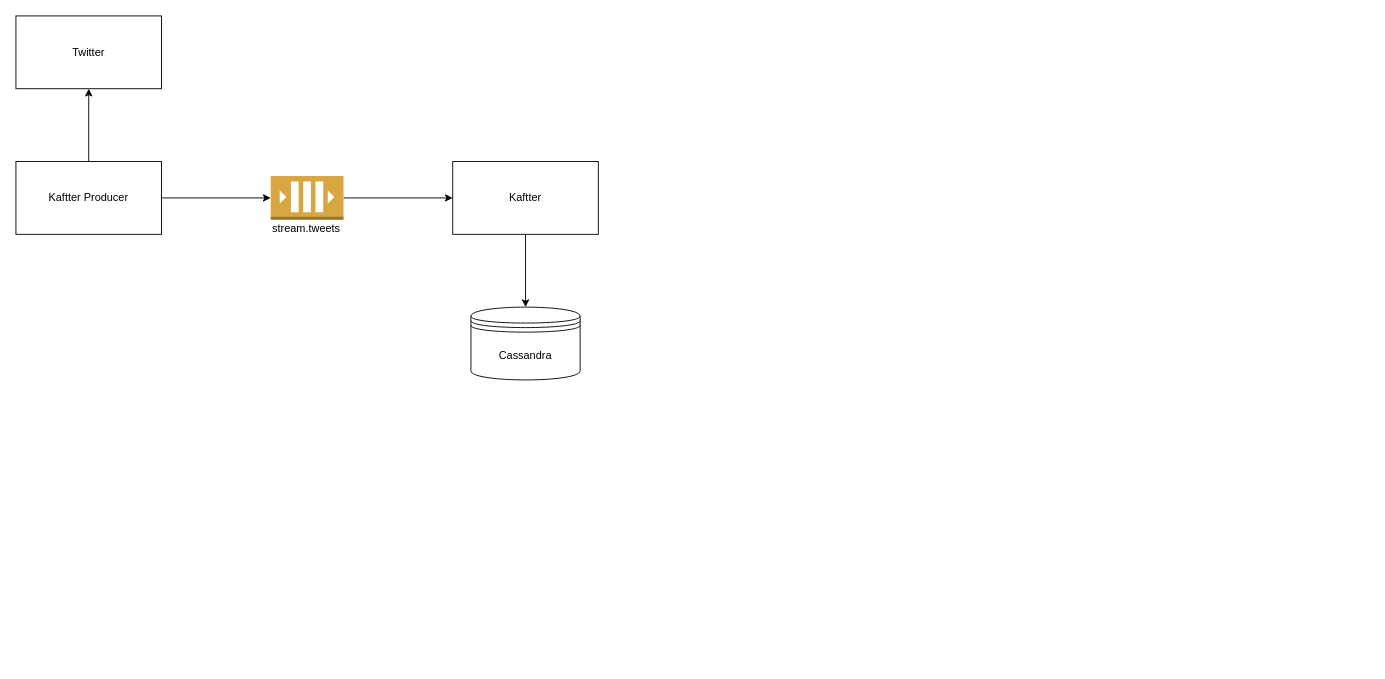
The draw.io diagram docs/kaftter.drawio in 3ldr0n/kaftter, before the edit. Source tidied: cells renumbered, new cells numbered last; positions are measured from the earlier drawing's top-left corner, leaving out a move shared by most shapes. Both pictures are drawn from the tidied source at 91%, with x=0, y=0 at pixel (15, 15).
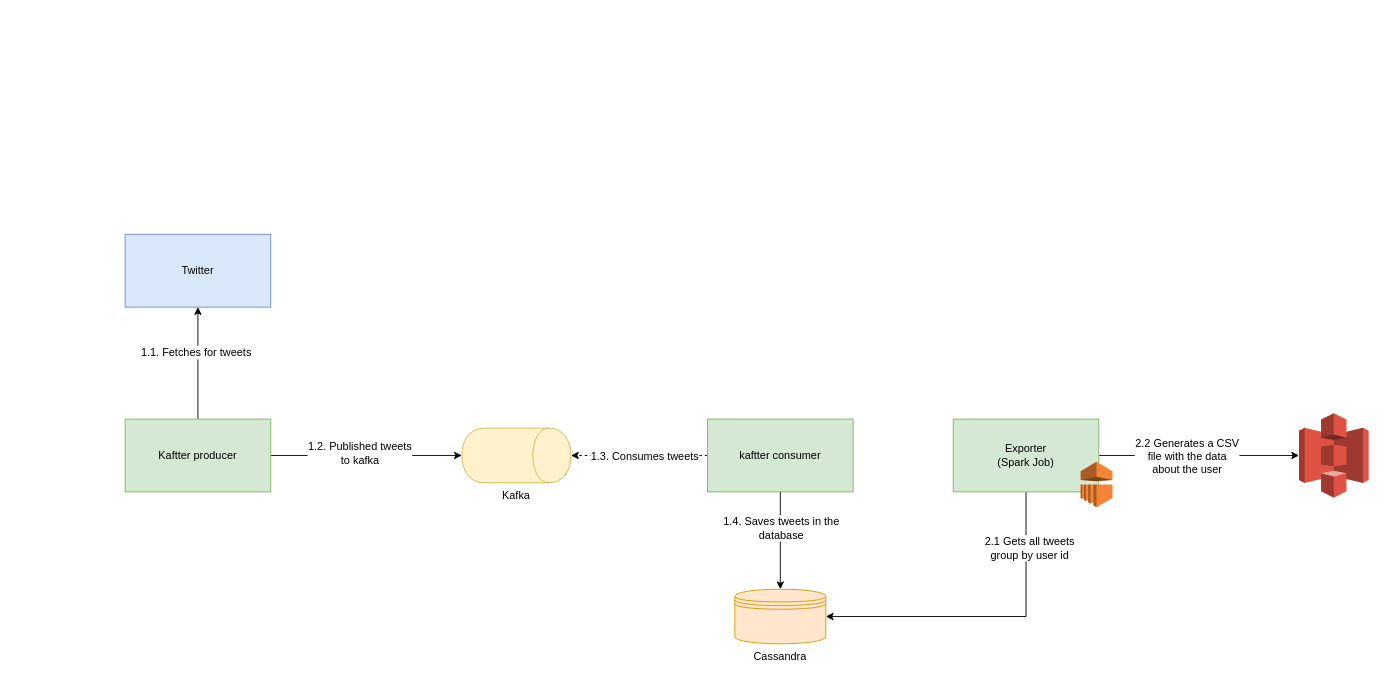
Above is the later version.

Commit message (it also covers changes not shown here):
#15 Update architecture diagram

Diff of the diagram source:
```diff
@@
-    <mxCell id="2" style="edgeStyle=orthogonalEdgeStyle;rounded=0;jettySize=auto;html=1;entryX=0;entryY=0.5;entryDx=0;entryDy=0;entryPerimeter=0;" parent="1" edge="1" source="4" target="8">
-      <mxGeometry relative="1" as="geometry" />
-    </mxCell>
-    <mxCell id="3" style="edgeStyle=orthogonalEdgeStyle;rounded=0;jettySize=auto;html=1;entryX=0.5;entryY=1;entryDx=0;entryDy=0;" parent="1" edge="1" source="4" target="11">
-      <mxGeometry relative="1" as="geometry" />
-    </mxCell>
-    <mxCell id="4" value="Kaftter Producer" style="rounded=0;whiteSpace=wrap;html=1;" parent="1" vertex="1">
-      <mxGeometry y="160" width="160" height="80" as="geometry" />
-    </mxCell>
-    <mxCell id="5" style="edgeStyle=orthogonalEdgeStyle;rounded=0;jettySize=auto;html=1;entryX=0.5;entryY=0;entryDx=0;entryDy=0;" parent="1" edge="1" source="6" target="9">
-      <mxGeometry relative="1" as="geometry" />
-    </mxCell>
-    <mxCell id="6" value="Kaftter" style="rounded=0;whiteSpace=wrap;html=1;" parent="1" vertex="1">
-      <mxGeometry x="480" y="160" width="160" height="80" as="geometry" />
-    </mxCell>
-    <mxCell id="7" style="edgeStyle=orthogonalEdgeStyle;rounded=0;jettySize=auto;html=1;entryX=0;entryY=0.5;entryDx=0;entryDy=0;" parent="1" edge="1" source="8" target="6">
-      <mxGeometry relative="1" as="geometry" />
-    </mxCell>
-    <mxCell id="8" style="outlineConnect=0;dashed=0;verticalLabelPosition=bottom;verticalAlign=top;align=center;html=1;shape=mxgraph.aws3.queue;fillColor=#D9A741;gradientColor=none;" parent="1" vertex="1">
-      <mxGeometry x="280" y="176" width="80" height="48" as="geometry" />
-    </mxCell>
+    <mxCell id="12" style="edgeStyle=orthogonalEdgeStyle;rounded=0;jettySize=auto;html=1;" parent="1" edge="1" source="16" target="27">
+      <mxGeometry relative="1" as="geometry" />
+    </mxCell>
+    <mxCell id="13" value="1.2. Published tweets&lt;br&gt;to kafka" style="text;html=1;align=center;verticalAlign=middle;labelBackgroundColor=#ffffff;" parent="12" vertex="1">
+      <mxGeometry x="-0.08" y="3" relative="1" as="geometry" />
+    </mxCell>
+    <mxCell id="14" style="edgeStyle=orthogonalEdgeStyle;rounded=0;jettySize=auto;html=1;entryX=0.5;entryY=1;entryDx=0;entryDy=0;" parent="1" edge="1" source="16" target="11">
+      <mxGeometry relative="1" as="geometry" />
+    </mxCell>
+    <mxCell id="15" value="1.1. Fetches for tweets" style="text;html=1;align=center;verticalAlign=middle;labelBackgroundColor=#ffffff;" parent="14" vertex="1">
+      <mxGeometry x="0.21" y="3" relative="1" as="geometry" />
+    </mxCell>
+    <mxCell id="16" value="Kaftter producer" style="rounded=0;whiteSpace=wrap;html=1;fillColor=#d5e8d4;strokeColor=#82b366;" parent="1" vertex="1">
+      <mxGeometry x="120" y="443" width="160" height="80" as="geometry" />
+    </mxCell>
+    <mxCell id="17" style="edgeStyle=orthogonalEdgeStyle;rounded=0;jettySize=auto;html=1;dashed=1;" parent="1" edge="1" source="21" target="27">
+      <mxGeometry relative="1" as="geometry" />
+    </mxCell>
+    <mxCell id="18" value="1.3. Consumes tweets" style="text;html=1;align=center;verticalAlign=middle;labelBackgroundColor=#ffffff;" parent="17" vertex="1">
+      <mxGeometry x="0.16" relative="1" as="geometry">
+        <mxPoint x="17.5" as="offset" />
+      </mxGeometry>
+    </mxCell>
+    <mxCell id="19" style="edgeStyle=orthogonalEdgeStyle;rounded=0;jettySize=auto;html=1;entryX=0.5;entryY=0;entryDx=0;entryDy=0;" parent="1" edge="1" source="21" target="9">
+      <mxGeometry relative="1" as="geometry" />
+    </mxCell>
+    <mxCell id="20" value="1.4. Saves tweets in the&lt;br&gt;database" style="text;html=1;align=center;verticalAlign=middle;labelBackgroundColor=#ffffff;" parent="19" vertex="1">
+      <mxGeometry x="-0.27" relative="1" as="geometry" />
+    </mxCell>
+    <mxCell id="21" value="kaftter consumer" style="rounded=0;whiteSpace=wrap;html=1;fillColor=#d5e8d4;strokeColor=#82b366;" parent="1" vertex="1">
+      <mxGeometry x="760" y="443" width="160" height="80" as="geometry" />
+    </mxCell>
+    <mxCell id="22" style="edgeStyle=orthogonalEdgeStyle;rounded=0;jettySize=auto;html=1;entryX=1;entryY=0.5;entryDx=0;entryDy=0;" parent="1" edge="1" source="26" target="9">
+      <mxGeometry relative="1" as="geometry">
+        <Array as="points">
+          <mxPoint x="1110" y="660" />
+        </Array>
+      </mxGeometry>
+    </mxCell>
+    <mxCell id="23" value="2.1 Gets all tweets&lt;br&gt;group by user id" style="text;html=1;align=center;verticalAlign=middle;labelBackgroundColor=#ffffff;" parent="22" vertex="1">
+      <mxGeometry x="-0.66" y="3" relative="1" as="geometry" />
+    </mxCell>
+    <mxCell id="24" style="edgeStyle=orthogonalEdgeStyle;rounded=0;jettySize=auto;html=1;" parent="1" edge="1" source="26" target="28">
+      <mxGeometry relative="1" as="geometry" />
+    </mxCell>
+    <mxCell id="25" value="2.2 Generates a CSV&lt;br&gt;file with the data&lt;br&gt;about the user" style="text;html=1;align=center;verticalAlign=middle;labelBackgroundColor=#ffffff;" parent="24" vertex="1">
+      <mxGeometry x="-0.13" relative="1" as="geometry" />
+    </mxCell>
+    <mxCell id="26" value="Exporter&lt;br&gt;(Spark Job)" style="rounded=0;whiteSpace=wrap;html=1;fillColor=#d5e8d4;strokeColor=#82b366;" parent="1" vertex="1">
+      <mxGeometry x="1030" y="443" width="160" height="80" as="geometry" />
+    </mxCell>
+    <mxCell id="27" value="Kafka" style="shape=cylinder;whiteSpace=wrap;html=1;boundedLbl=1;backgroundOutline=1;direction=south;labelPosition=center;verticalLabelPosition=bottom;align=center;verticalAlign=top;fillColor=#fff2cc;strokeColor=#d6b656;" parent="1" vertex="1">
+      <mxGeometry x="490" y="453" width="120" height="60" as="geometry" />
+    </mxCell>
-    <mxCell id="9" value="Cassandra" style="shape=datastore;whiteSpace=wrap;html=1;" parent="1" vertex="1">
-      <mxGeometry x="500" y="320" width="120" height="80" as="geometry" />
+    <mxCell id="9" value="Cassandra" style="shape=datastore;whiteSpace=wrap;html=1;fillColor=#ffe6cc;strokeColor=#d79b00;labelPosition=center;verticalLabelPosition=bottom;align=center;verticalAlign=top;" parent="1" vertex="1">
+      <mxGeometry x="790" y="630" width="100" height="60" as="geometry" />
     </mxCell>
-    <mxCell id="10" value="&lt;div style=&quot;text-align: justify&quot;&gt;&lt;span&gt;stream.tweets&lt;/span&gt;&lt;/div&gt;" style="text;html=1;align=left;verticalAlign=top;spacingTop=-4;" parent="1" vertex="1">
-      <mxGeometry x="280" y="224" width="90" height="20" as="geometry" />
-    </mxCell>
+    <mxCell id="28" style="outlineConnect=0;dashed=0;verticalLabelPosition=bottom;verticalAlign=top;align=center;html=1;shape=mxgraph.aws3.s3;fillColor=#E05243;gradientColor=none;" parent="1" vertex="1">
+      <mxGeometry x="1410" y="436.5" width="76.5" height="93" as="geometry" />
+    </mxCell>
-    <mxCell id="11" value="Twitter" style="rounded=0;whiteSpace=wrap;html=1;" parent="1" vertex="1">
-      <mxGeometry width="160" height="80" as="geometry" />
+    <mxCell id="11" value="Twitter" style="rounded=0;whiteSpace=wrap;html=1;fillColor=#dae8fc;strokeColor=#6c8ebf;" parent="1" vertex="1">
+      <mxGeometry x="120" y="240" width="160" height="80" as="geometry" />
     </mxCell>
+    <mxCell id="29" style="dashed=0;verticalLabelPosition=bottom;verticalAlign=top;align=center;html=1;shape=mxgraph.aws3.emr;fillColor=#F58534;gradientColor=none;" parent="1" vertex="1">
+      <mxGeometry x="1170" y="490" width="35" height="50" as="geometry" />
+    </mxCell>
```
